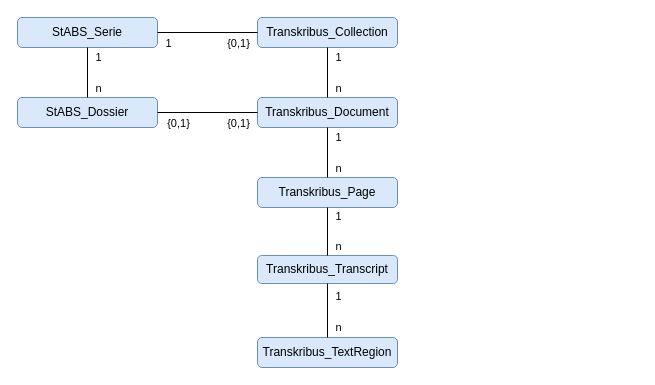
The draw.io diagram entityRelations.drawio in history-unibas/Postgresql-Project-Database, before the edit. Source tidied: cells renumbered, new cells numbered last; positions are measured from the earlier drawing's top-left corner, leaving out a move shared by most shapes. Both pictures are drawn from the tidied source at 100%, with x=0, y=0 at pixel (17, 17).
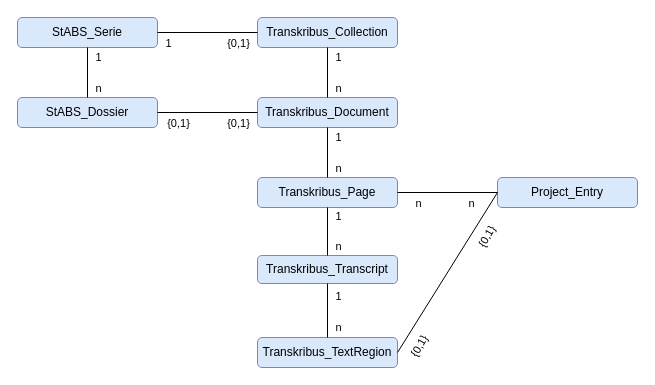
The same page after the edit.

Commit message (it also covers changes not shown here):
add entity Project_Entry

Unchanged cells that the change refers to:
```xml
<mxCell id="6" value="Transkribus_Page" style="rounded=1;whiteSpace=wrap;html=1;fillColor=#dae8fc;strokeColor=#6c8ebf;" parent="1" vertex="1">
  <mxGeometry x="240" y="160" width="140" height="30" as="geometry" />
</mxCell>
<mxCell id="8" value="Transkribus_TextRegion" style="rounded=1;whiteSpace=wrap;html=1;fillColor=#dae8fc;strokeColor=#6c8ebf;" parent="1" vertex="1">
  <mxGeometry x="240" y="320" width="140" height="30" as="geometry" />
</mxCell>
```

Diff of the diagram source:
```diff
@@
+    <mxCell id="30" value="Project_Entry" style="rounded=1;whiteSpace=wrap;html=1;fillColor=#dae8fc;strokeColor=#6c8ebf;" parent="1" vertex="1">
+      <mxGeometry x="480" y="160" width="140" height="30" as="geometry" />
+    </mxCell>
+    <mxCell id="31" style="endArrow=none;html=1;rounded=0;entryX=1;entryY=0.5;entryDx=0;entryDy=0;exitX=0;exitY=0.5;exitDx=0;exitDy=0;" parent="1" edge="1" source="30" target="6">
+      <mxGeometry relative="1" as="geometry" />
+    </mxCell>
+    <mxCell id="32" value="n" style="edgeLabel;html=1;align=center;verticalAlign=middle;" parent="31" vertex="1">
+      <mxGeometry x="0.23" y="2" relative="1" as="geometry">
+        <mxPoint x="-18" y="8" as="offset" />
+      </mxGeometry>
+    </mxCell>
+    <mxCell id="33" value="n" style="edgeLabel;html=1;align=center;verticalAlign=middle;" parent="31" vertex="1">
+      <mxGeometry relative="1" as="geometry">
+        <mxPoint x="23" y="10" as="offset" />
+      </mxGeometry>
+    </mxCell>
+    <mxCell id="34" style="endArrow=none;html=1;rounded=0;entryX=1;entryY=0.5;entryDx=0;entryDy=0;exitX=0;exitY=0.5;exitDx=0;exitDy=0;" parent="1" edge="1" source="30" target="8">
+      <mxGeometry relative="1" as="geometry" />
+    </mxCell>
+    <mxCell id="35" value="{0,1}" style="edgeLabel;html=1;align=center;verticalAlign=middle;rotation=-60;" parent="34" vertex="1">
+      <mxGeometry x="0.23" y="2" relative="1" as="geometry">
+        <mxPoint x="-19" y="55" as="offset" />
+      </mxGeometry>
+    </mxCell>
+    <mxCell id="36" value="{0,1}" style="edgeLabel;html=1;align=center;verticalAlign=middle;rotation=-60;" parent="34" vertex="1">
+      <mxGeometry relative="1" as="geometry">
+        <mxPoint x="38" y="-35" as="offset" />
+      </mxGeometry>
+    </mxCell>
```
